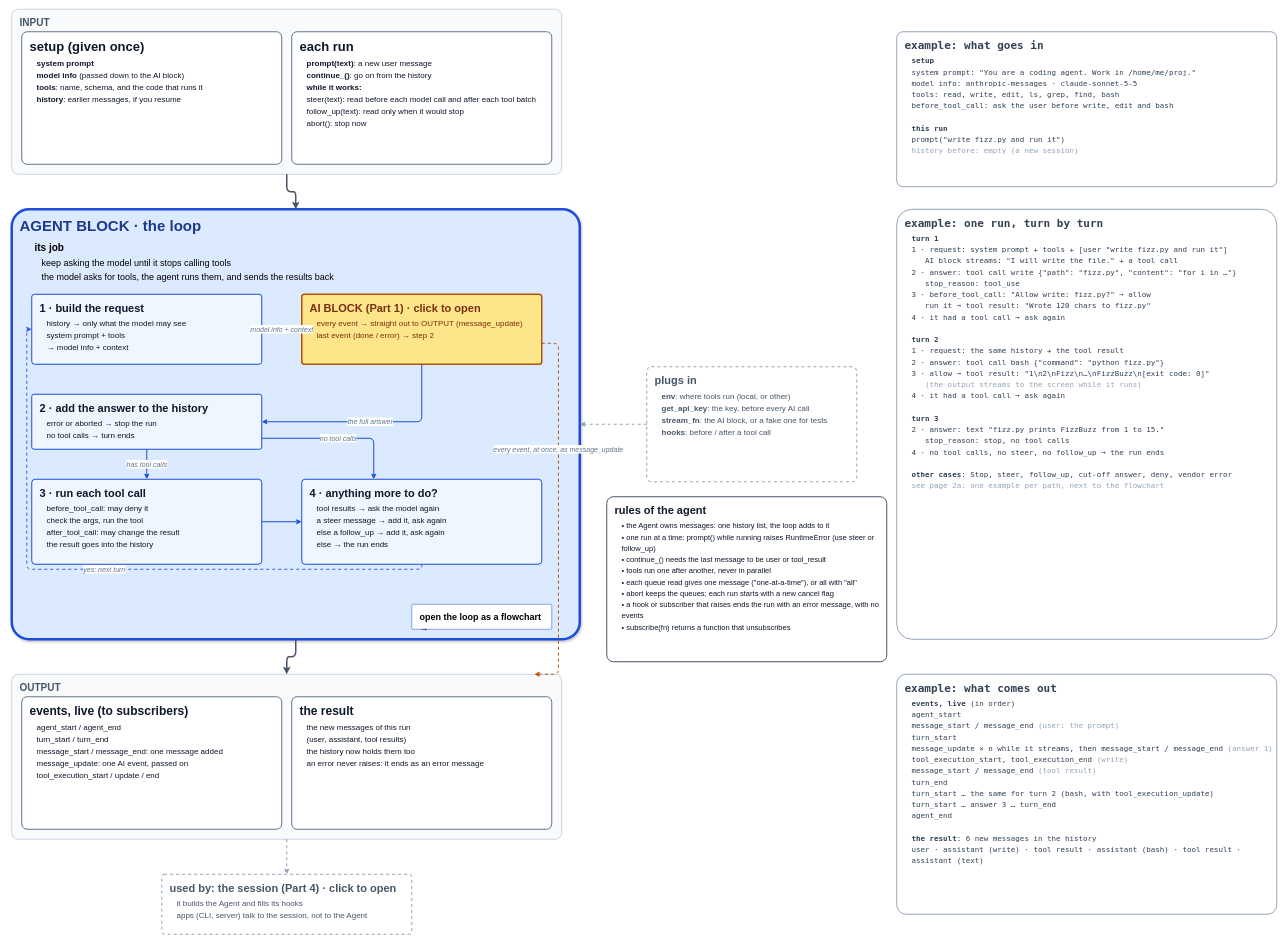
danhugo/simp-agent keeps this draw.io diagram as page "2 · Agent block" (1 of 7) of docs/guidebook/img/architecture.drawio. Above is the earlier version. Source tidied: cells renumbered, new cells numbered last; positions are measured from the earlier drawing's top-left corner, leaving out a move shared by most shapes. Both pictures are drawn from the tidied source at 50%, with x=0, y=0 at pixel (12, 9).
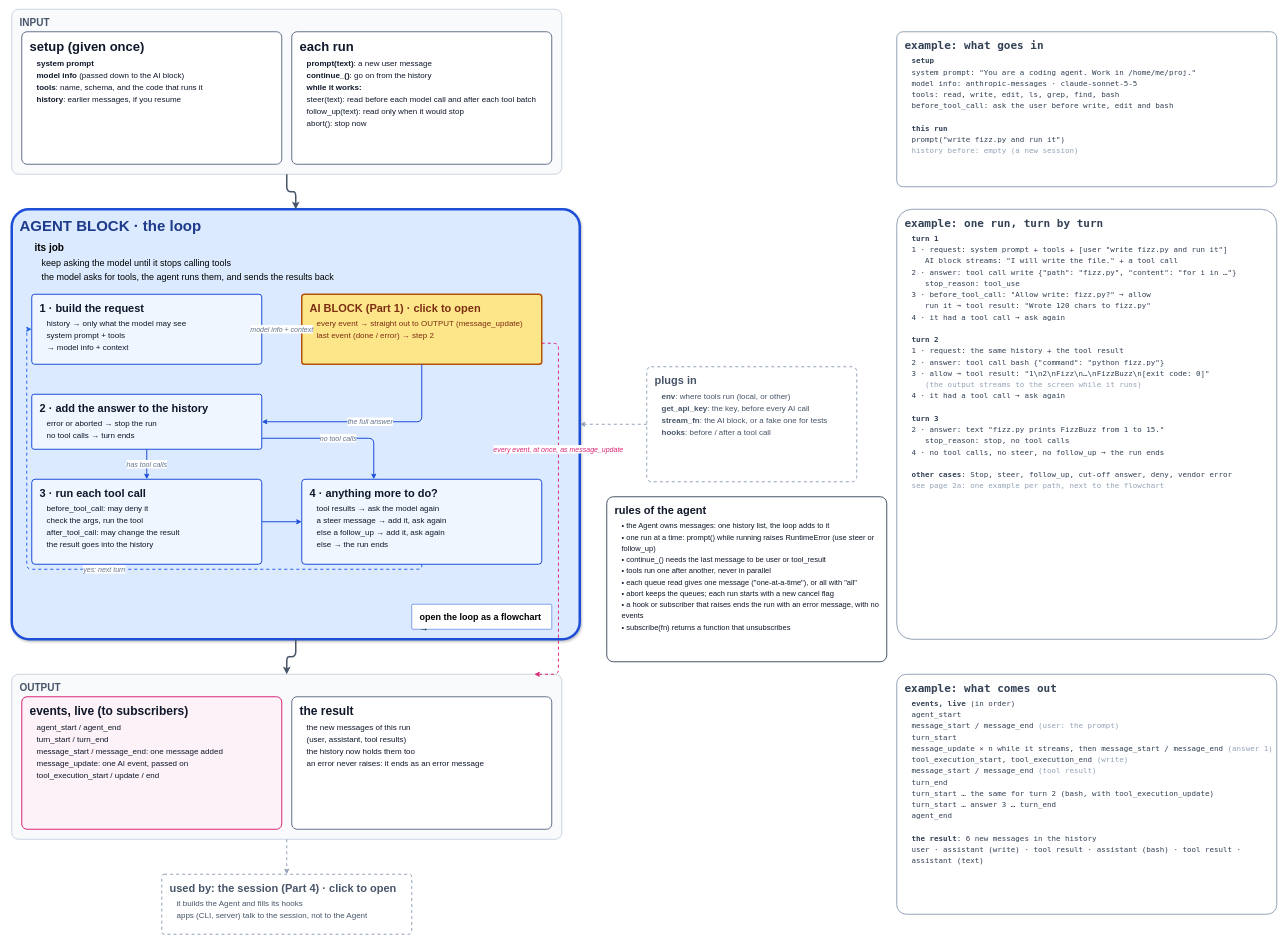
After the change.

Commit message (it also covers changes not shown here):
guidebook: events drawn in one colour (pink) on every page

Unchanged cells that the change refers to:
```xml
<mxCell id="8" value="&lt;b style=&quot;font-size:22px&quot;&gt;AI BLOCK (Part 1) · click to open&lt;/b&gt;&lt;div style=&quot;font-size:16px;line-height:1.5;margin-top:6px;padding-left:14px&quot;&gt;every event → straight out to OUTPUT (message_update)&lt;br&gt;last event (done / error) → step 2&lt;/div&gt;" style="whiteSpace=wrap;html=1;align=left;verticalAlign=top;spacingLeft=14;spacingTop=8;rounded=1;arcSize=4;fillColor=#fde68a;strokeColor=#b45309;strokeWidth=3;fontColor=#7c2d12;" parent="1" vertex="1">
  <mxGeometry x="580" y="570" width="480" height="140" as="geometry" />
</mxCell>
<mxCell id="18" value="&lt;b style=&quot;font-size:20px&quot;&gt;OUTPUT&lt;/b&gt;&lt;div style=&quot;font-size:16px;line-height:1.5;margin-top:6px;padding-left:14px&quot;&gt;&lt;/div&gt;" style="whiteSpace=wrap;html=1;align=left;verticalAlign=top;spacingLeft=14;spacingTop=8;rounded=1;arcSize=4;fillColor=#f8fafc;strokeColor=#cbd5e1;strokeWidth=2;fontColor=#475569;" parent="1" vertex="1">
  <mxGeometry y="1330" width="1100" height="330" as="geometry" />
</mxCell>
```

Change to the diagram source:
```diff
@@
-    <mxCell id="19" value="&lt;b style=&quot;font-size:24px&quot;&gt;events, live (to subscribers)&lt;/b&gt;&lt;div style=&quot;font-size:16px;line-height:1.5;margin-top:6px;padding-left:14px&quot;&gt;agent_start / agent_end&lt;br&gt;turn_start / turn_end&lt;br&gt;message_start / message_end: one message added&lt;br&gt;message_update: one AI event, passed on&lt;br&gt;tool_execution_start / update / end&lt;/div&gt;" style="whiteSpace=wrap;html=1;align=left;verticalAlign=top;spacingLeft=14;spacingTop=8;rounded=1;arcSize=4;fillColor=#ffffff;strokeColor=#64748b;strokeWidth=2;fontColor=#0f172a;" parent="1" vertex="1">
+    <mxCell id="19" value="&lt;b style=&quot;font-size:24px&quot;&gt;events, live (to subscribers)&lt;/b&gt;&lt;div style=&quot;font-size:16px;line-height:1.5;margin-top:6px;padding-left:14px&quot;&gt;agent_start / agent_end&lt;br&gt;turn_start / turn_end&lt;br&gt;message_start / message_end: one message added&lt;br&gt;message_update: one AI event, passed on&lt;br&gt;tool_execution_start / update / end&lt;/div&gt;" style="whiteSpace=wrap;html=1;align=left;verticalAlign=top;spacingLeft=14;spacingTop=8;rounded=1;arcSize=4;fillColor=#fdf2f8;strokeWidth=2;fontColor=#0f172a;strokeColor=#db2777;" parent="1" vertex="1">
       <mxGeometry x="20" y="1375" width="520" height="265" as="geometry" />
     </mxCell>
@@
-    <mxCell id="25" value="every event, at once, as message_update" style="edgeStyle=orthogonalEdgeStyle;rounded=1;html=1;fontSize=14;fontStyle=2;fontColor=#64748b;strokeColor=#b45309;dashed=1;strokeWidth=2;exitX=1;exitY=0.7;entryX=0.95;entryY=0;" parent="1" edge="1" source="8" target="18">
+    <mxCell id="25" value="every event, at once, as message_update" style="edgeStyle=orthogonalEdgeStyle;rounded=1;html=1;fontSize=14;fontStyle=2;dashed=1;strokeWidth=2;exitX=1;exitY=0.7;entryX=0.95;entryY=0;strokeColor=#db2777;fontColor=#db2777;" parent="1" edge="1" source="8" target="18">
       <mxGeometry x="-0.34" relative="1" as="geometry">
         <Array as="points">
           <mxPoint x="1093.4" y="668" />
           <mxPoint x="1093.4" y="1330" />
         </Array>
       </mxGeometry>
     </mxCell>
```
